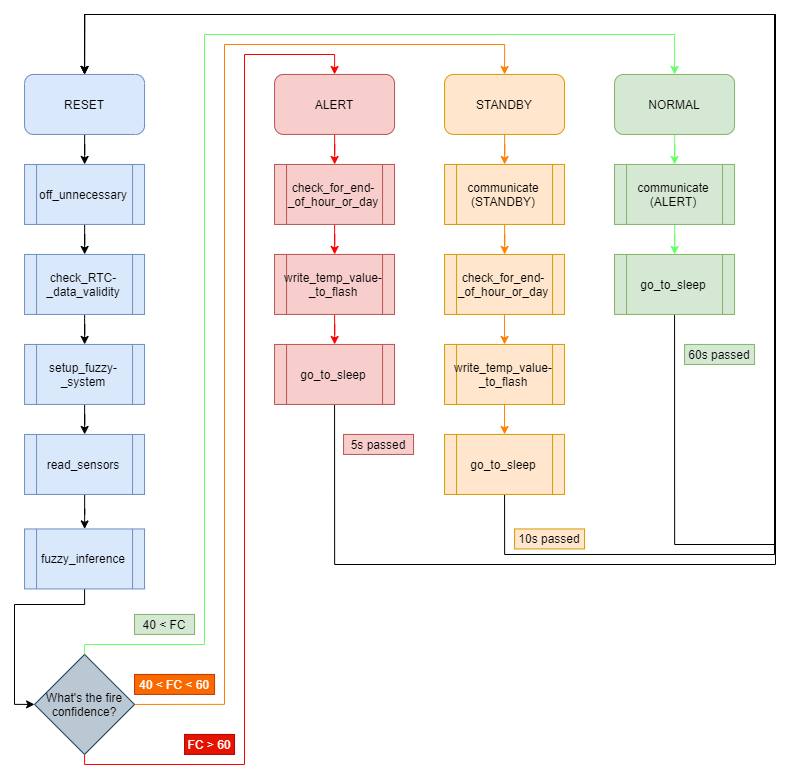
Before: Images/Fuzzy_Fire_Detection.png, a diagram exported from draw.io (Rad-hi/Fuzzy_Fire_Detection). Source tidied: cells renumbered, new cells last; positions are measured from the earlier drawing's top-left corner, leaving out a move shared by most shapes.
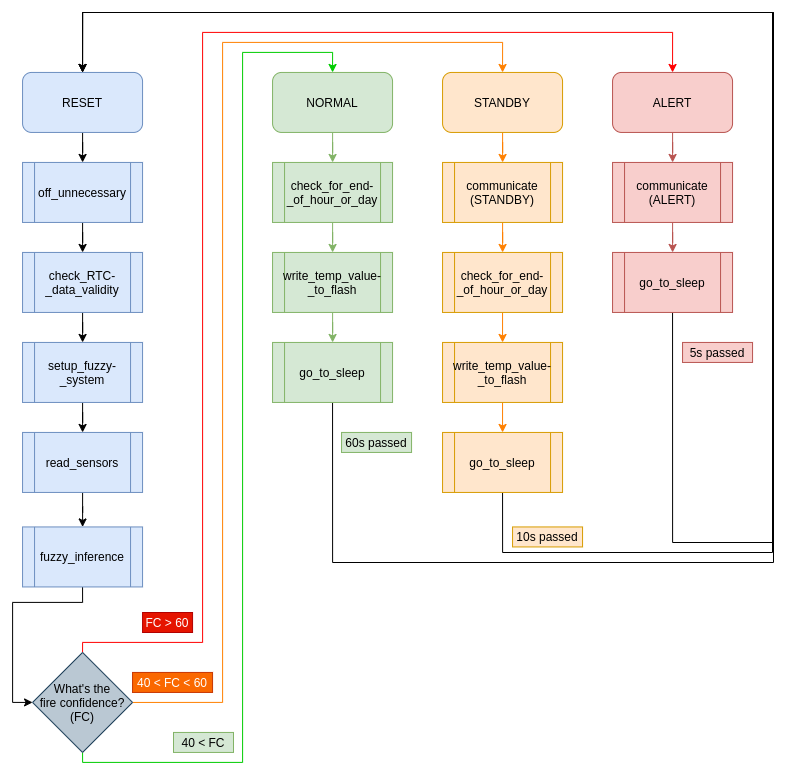
Later version of the same file.

Commit message:
Updated an error within the diagram

Change to the diagram source:
```diff
@@ -32,102 +32,102 @@
     <mxCell id="11" value="read_sensors" style="shape=process;whiteSpace=wrap;html=1;backgroundOutline=1;fillColor=#dae8fc;strokeColor=#6c8ebf;" parent="1" vertex="1">
       <mxGeometry x="10.1" y="419.9" width="120" height="60" as="geometry" />
     </mxCell>
-    <mxCell id="12" style="edgeStyle=orthogonalEdgeStyle;rounded=0;jettySize=auto;html=1;exitX=0.5;exitY=1;exitDx=0;exitDy=0;entryX=0;entryY=0.5;entryDx=0;entryDy=0;" parent="1" edge="1" source="13" target="17">
-      <mxGeometry relative="1" as="geometry">
-        <Array as="points">
-          <mxPoint x="70.1" y="589.9" />
-          <mxPoint x="0.1" y="589.9" />
-          <mxPoint x="0.1" y="689.9" />
-        </Array>
-      </mxGeometry>
-    </mxCell>
+    <mxCell id="48" style="edgeStyle=orthogonalEdgeStyle;rounded=0;jettySize=auto;html=1;exitX=0.5;exitY=1;exitDx=0;exitDy=0;entryX=0;entryY=0.5;entryDx=0;entryDy=0;" parent="1" edge="1" source="13" target="52">
+      <mxGeometry relative="1" as="geometry">
+        <Array as="points">
+          <mxPoint x="70.1" y="589.9" />
+          <mxPoint x="0.1" y="589.9" />
+          <mxPoint x="0.1" y="689.9" />
+        </Array>
+      </mxGeometry>
+    </mxCell>
     <mxCell id="13" value="fuzzy_inference" style="shape=process;whiteSpace=wrap;html=1;backgroundOutline=1;fillColor=#dae8fc;strokeColor=#6c8ebf;" parent="1" vertex="1">
       <mxGeometry x="10.1" y="514.4" width="120" height="60" as="geometry" />
     </mxCell>
-    <mxCell id="14" style="edgeStyle=orthogonalEdgeStyle;rounded=0;jettySize=auto;html=1;exitX=0.5;exitY=0;exitDx=0;exitDy=0;entryX=0.5;entryY=0;entryDx=0;entryDy=0;strokeColor=#66FF66;" parent="1" edge="1" source="17" target="23">
-      <mxGeometry relative="1" as="geometry">
-        <Array as="points">
-          <mxPoint x="70.1" y="629.9" />
-          <mxPoint x="190.1" y="629.9" />
-          <mxPoint x="190.1" y="19.9" />
-          <mxPoint x="660.1" y="19.9" />
-        </Array>
-      </mxGeometry>
-    </mxCell>
-    <mxCell id="15" style="edgeStyle=orthogonalEdgeStyle;rounded=0;jettySize=auto;html=1;exitX=1;exitY=0.5;exitDx=0;exitDy=0;entryX=0.5;entryY=0;entryDx=0;entryDy=0;strokeColor=#FF8000;" parent="1" edge="1" source="17" target="21">
-      <mxGeometry relative="1" as="geometry">
-        <Array as="points">
-          <mxPoint x="210.1" y="689.9" />
-          <mxPoint x="210.1" y="29.9" />
-          <mxPoint x="490.1" y="29.9" />
-        </Array>
-      </mxGeometry>
-    </mxCell>
-    <mxCell id="16" style="edgeStyle=orthogonalEdgeStyle;rounded=0;jettySize=auto;html=1;exitX=0.5;exitY=1;exitDx=0;exitDy=0;entryX=0.5;entryY=0;entryDx=0;entryDy=0;strokeColor=#FF0000;" parent="1" edge="1" source="17" target="19">
-      <mxGeometry relative="1" as="geometry">
-        <Array as="points">
-          <mxPoint x="70.1" y="749.9" />
-          <mxPoint x="230.1" y="749.9" />
-          <mxPoint x="230.1" y="39.9" />
-          <mxPoint x="320.1" y="39.9" />
-        </Array>
-      </mxGeometry>
-    </mxCell>
-    <mxCell id="17" value="What's the fire confidence?" style="rhombus;whiteSpace=wrap;html=1;fillColor=#bac8d3;strokeColor=#23445d;" parent="1" vertex="1">
-      <mxGeometry x="20.1" y="639.9" width="100" height="100" as="geometry" />
-    </mxCell>
-    <mxCell id="18" style="edgeStyle=orthogonalEdgeStyle;rounded=0;jettySize=auto;html=1;strokeColor=#FF0000;" parent="1" edge="1" source="19" target="28">
-      <mxGeometry relative="1" as="geometry" />
-    </mxCell>
-    <mxCell id="19" value="ALERT" style="rounded=1;whiteSpace=wrap;html=1;fillColor=#f8cecc;strokeColor=#b85450;" parent="1" vertex="1">
-      <mxGeometry x="260.1" y="59.9" width="120" height="60" as="geometry" />
-    </mxCell>
+    <mxCell id="49" style="edgeStyle=orthogonalEdgeStyle;rounded=0;jettySize=auto;html=1;exitX=0.5;exitY=0;exitDx=0;exitDy=0;entryX=0.5;entryY=0;entryDx=0;entryDy=0;strokeColor=#FF0000;" parent="1" edge="1" source="52" target="19">
+      <mxGeometry relative="1" as="geometry">
+        <Array as="points">
+          <mxPoint x="70.1" y="629.9" />
+          <mxPoint x="190.1" y="629.9" />
+          <mxPoint x="190.1" y="19.9" />
+          <mxPoint x="660.1" y="19.9" />
+        </Array>
+      </mxGeometry>
+    </mxCell>
+    <mxCell id="50" style="edgeStyle=orthogonalEdgeStyle;rounded=0;jettySize=auto;html=1;exitX=1;exitY=0.5;exitDx=0;exitDy=0;entryX=0.5;entryY=0;entryDx=0;entryDy=0;strokeColor=#FF8000;" parent="1" edge="1" source="52" target="21">
+      <mxGeometry relative="1" as="geometry">
+        <Array as="points">
+          <mxPoint x="210.1" y="689.9" />
+          <mxPoint x="210.1" y="29.9" />
+          <mxPoint x="490.1" y="29.9" />
+        </Array>
+      </mxGeometry>
+    </mxCell>
+    <mxCell id="51" style="edgeStyle=orthogonalEdgeStyle;rounded=0;jettySize=auto;html=1;exitX=0.5;exitY=1;exitDx=0;exitDy=0;entryX=0.5;entryY=0;entryDx=0;entryDy=0;strokeColor=#00CC00;" parent="1" edge="1" source="52" target="23">
+      <mxGeometry relative="1" as="geometry">
+        <Array as="points">
+          <mxPoint x="70.1" y="749.9" />
+          <mxPoint x="230.1" y="749.9" />
+          <mxPoint x="230.1" y="39.9" />
+          <mxPoint x="320.1" y="39.9" />
+        </Array>
+      </mxGeometry>
+    </mxCell>
+    <mxCell id="52" value="What's the&lt;br&gt;fire confidence?&lt;br&gt;(FC)" style="rhombus;whiteSpace=wrap;html=1;fillColor=#bac8d3;strokeColor=#23445d;" parent="1" vertex="1">
+      <mxGeometry x="20.1" y="639.9" width="100" height="100" as="geometry" />
+    </mxCell>
+    <mxCell id="53" style="edgeStyle=orthogonalEdgeStyle;rounded=0;jettySize=auto;html=1;strokeColor=#82b366;fillColor=#d5e8d4;" parent="1" edge="1" source="23" target="28">
+      <mxGeometry relative="1" as="geometry" />
+    </mxCell>
+    <mxCell id="23" value="NORMAL" style="rounded=1;whiteSpace=wrap;html=1;fillColor=#d5e8d4;strokeColor=#82b366;" parent="1" vertex="1">
+      <mxGeometry x="260.1" y="59.9" width="120" height="60" as="geometry" />
+    </mxCell>
     <mxCell id="20" style="edgeStyle=orthogonalEdgeStyle;rounded=0;jettySize=auto;html=1;strokeColor=#FF8000;" parent="1" edge="1" source="21" target="34">
       <mxGeometry relative="1" as="geometry" />
     </mxCell>
     <mxCell id="21" value="STANDBY" style="rounded=1;whiteSpace=wrap;html=1;fillColor=#ffe6cc;strokeColor=#d79b00;" parent="1" vertex="1">
       <mxGeometry x="430.1" y="59.9" width="120" height="60" as="geometry" />
     </mxCell>
-    <mxCell id="22" style="edgeStyle=orthogonalEdgeStyle;rounded=0;jettySize=auto;html=1;strokeColor=#66FF66;" parent="1" edge="1" source="23" target="42">
-      <mxGeometry relative="1" as="geometry" />
-    </mxCell>
-    <mxCell id="23" value="NORMAL" style="rounded=1;whiteSpace=wrap;html=1;fillColor=#d5e8d4;strokeColor=#82b366;" parent="1" vertex="1">
-      <mxGeometry x="600.1" y="59.9" width="120" height="60" as="geometry" />
-    </mxCell>
+    <mxCell id="54" style="edgeStyle=orthogonalEdgeStyle;rounded=0;jettySize=auto;html=1;strokeColor=#b85450;fillColor=#f8cecc;" parent="1" edge="1" source="19" target="42">
+      <mxGeometry relative="1" as="geometry" />
+    </mxCell>
+    <mxCell id="19" value="ALERT" style="rounded=1;whiteSpace=wrap;html=1;fillColor=#f8cecc;strokeColor=#b85450;" parent="1" vertex="1">
+      <mxGeometry x="600.1" y="59.9" width="120" height="60" as="geometry" />
+    </mxCell>
     <mxCell id="24" value="40 &amp;lt; FC" style="text;html=1;strokeColor=#82b366;fillColor=#d5e8d4;align=center;verticalAlign=middle;whiteSpace=wrap;rounded=0;" parent="1" vertex="1">
-      <mxGeometry x="120.1" y="599.9" width="60" height="20" as="geometry" />
+      <mxGeometry x="161" y="719.9" width="60" height="20" as="geometry" />
     </mxCell>
     <mxCell id="25" value="40 &amp;lt; FC &amp;lt; 60" style="text;html=1;strokeColor=#C73500;fillColor=#fa6800;align=center;verticalAlign=middle;whiteSpace=wrap;rounded=0;fontColor=#ffffff;" parent="1" vertex="1">
       <mxGeometry x="120.1" y="659.9" width="80" height="20" as="geometry" />
     </mxCell>
     <mxCell id="26" value="FC &amp;gt; 60" style="text;html=1;strokeColor=#B20000;fillColor=#e51400;align=center;verticalAlign=middle;whiteSpace=wrap;rounded=0;fontColor=#ffffff;" parent="1" vertex="1">
-      <mxGeometry x="170.1" y="719.9" width="50" height="20" as="geometry" />
+      <mxGeometry x="130.1" y="600" width="50" height="20" as="geometry" />
     </mxCell>
-    <mxCell id="27" style="edgeStyle=orthogonalEdgeStyle;rounded=0;jettySize=auto;html=1;strokeColor=#FF0000;" parent="1" edge="1" source="28" target="30">
+    <mxCell id="27" style="edgeStyle=orthogonalEdgeStyle;rounded=0;jettySize=auto;html=1;strokeColor=#82b366;fillColor=#d5e8d4;" parent="1" edge="1" source="28" target="30">
       <mxGeometry relative="1" as="geometry" />
     </mxCell>
-    <mxCell id="28" value="check_for_end-_of_hour_or_day" style="shape=process;whiteSpace=wrap;html=1;backgroundOutline=1;fillColor=#f8cecc;strokeColor=#b85450;" parent="1" vertex="1">
+    <mxCell id="28" value="check_for_end-_of_hour_or_day" style="shape=process;whiteSpace=wrap;html=1;backgroundOutline=1;fillColor=#d5e8d4;strokeColor=#82b366;" parent="1" vertex="1">
       <mxGeometry x="260.1" y="149.9" width="120" height="60" as="geometry" />
     </mxCell>
-    <mxCell id="29" style="edgeStyle=orthogonalEdgeStyle;rounded=0;jettySize=auto;html=1;strokeColor=#FF0000;" parent="1" edge="1" source="30" target="32">
-      <mxGeometry relative="1" as="geometry" />
-    </mxCell>
+    <mxCell id="55" style="edgeStyle=orthogonalEdgeStyle;rounded=0;jettySize=auto;html=1;strokeColor=#82b366;fillColor=#d5e8d4;" parent="1" edge="1" source="30" target="44">
+      <mxGeometry relative="1" as="geometry" />
+    </mxCell>
-    <mxCell id="30" value="write_temp_value-_to_flash" style="shape=process;whiteSpace=wrap;html=1;backgroundOutline=1;fillColor=#f8cecc;strokeColor=#b85450;" parent="1" vertex="1">
+    <mxCell id="30" value="write_temp_value-_to_flash" style="shape=process;whiteSpace=wrap;html=1;backgroundOutline=1;fillColor=#d5e8d4;strokeColor=#82b366;" parent="1" vertex="1">
       <mxGeometry x="260.1" y="239.9" width="120" height="60" as="geometry" />
     </mxCell>
-    <mxCell id="31" style="edgeStyle=orthogonalEdgeStyle;rounded=0;jettySize=auto;html=1;exitX=0.5;exitY=1;exitDx=0;exitDy=0;entryX=0.5;entryY=0;entryDx=0;entryDy=0;" parent="1" edge="1" source="32" target="3">
-      <mxGeometry relative="1" as="geometry">
-        <Array as="points">
-          <mxPoint x="320" y="550" />
-          <mxPoint x="761" y="550" />
-          <mxPoint x="761" />
-          <mxPoint x="70" />
-        </Array>
-      </mxGeometry>
-    </mxCell>
-    <mxCell id="32" value="go_to_sleep" style="shape=process;whiteSpace=wrap;html=1;backgroundOutline=1;fillColor=#f8cecc;strokeColor=#b85450;" parent="1" vertex="1">
-      <mxGeometry x="260.1" y="329.9" width="120" height="60" as="geometry" />
-    </mxCell>
+    <mxCell id="43" style="edgeStyle=orthogonalEdgeStyle;rounded=0;jettySize=auto;html=1;exitX=0.5;exitY=1;exitDx=0;exitDy=0;entryX=0.5;entryY=0;entryDx=0;entryDy=0;" parent="1" edge="1" source="44" target="3">
+      <mxGeometry relative="1" as="geometry">
+        <Array as="points">
+          <mxPoint x="320" y="550" />
+          <mxPoint x="761" y="550" />
+          <mxPoint x="761" />
+          <mxPoint x="70" />
+        </Array>
+      </mxGeometry>
+    </mxCell>
+    <mxCell id="44" value="go_to_sleep" style="shape=process;whiteSpace=wrap;html=1;backgroundOutline=1;fillColor=#d5e8d4;strokeColor=#82b366;" parent="1" vertex="1">
+      <mxGeometry x="260.1" y="329.9" width="120" height="60" as="geometry" />
+    </mxCell>
     <mxCell id="33" style="edgeStyle=orthogonalEdgeStyle;rounded=0;jettySize=auto;html=1;strokeColor=#FF8000;" parent="1" edge="1" source="34" target="36">
       <mxGeometry relative="1" as="geometry" />
     </mxCell>
@@ -159,33 +159,33 @@
     <mxCell id="40" value="go_to_sleep" style="shape=process;whiteSpace=wrap;html=1;backgroundOutline=1;fillColor=#ffe6cc;strokeColor=#d79b00;" parent="1" vertex="1">
       <mxGeometry x="430.1" y="419.9" width="120" height="60" as="geometry" />
     </mxCell>
-    <mxCell id="41" style="edgeStyle=orthogonalEdgeStyle;rounded=0;jettySize=auto;html=1;strokeColor=#66FF66;" parent="1" edge="1" source="42" target="44">
-      <mxGeometry relative="1" as="geometry" />
-    </mxCell>
+    <mxCell id="56" style="edgeStyle=orthogonalEdgeStyle;rounded=0;jettySize=auto;html=1;strokeColor=#b85450;fillColor=#f8cecc;" parent="1" edge="1" source="42" target="32">
+      <mxGeometry relative="1" as="geometry" />
+    </mxCell>
-    <mxCell id="42" value="communicate&lt;br&gt;(ALERT)" style="shape=process;whiteSpace=wrap;html=1;backgroundOutline=1;fillColor=#d5e8d4;strokeColor=#82b366;" parent="1" vertex="1">
+    <mxCell id="42" value="communicate&lt;br&gt;(ALERT)" style="shape=process;whiteSpace=wrap;html=1;backgroundOutline=1;fillColor=#f8cecc;strokeColor=#b85450;" parent="1" vertex="1">
       <mxGeometry x="600.1" y="149.9" width="120" height="60" as="geometry" />
     </mxCell>
-    <mxCell id="43" style="edgeStyle=orthogonalEdgeStyle;rounded=0;jettySize=auto;html=1;exitX=0.5;exitY=1;exitDx=0;exitDy=0;entryX=0.5;entryY=0;entryDx=0;entryDy=0;" parent="1" edge="1" source="44" target="3">
-      <mxGeometry relative="1" as="geometry">
-        <Array as="points">
-          <mxPoint x="660" y="530" />
-          <mxPoint x="761" y="530" />
-          <mxPoint x="761" />
-          <mxPoint x="70" />
-        </Array>
-      </mxGeometry>
-    </mxCell>
-    <mxCell id="44" value="go_to_sleep" style="shape=process;whiteSpace=wrap;html=1;backgroundOutline=1;fillColor=#d5e8d4;strokeColor=#82b366;" parent="1" vertex="1">
-      <mxGeometry x="600.1" y="239.9" width="120" height="60" as="geometry" />
-    </mxCell>
+    <mxCell id="31" style="edgeStyle=orthogonalEdgeStyle;rounded=0;jettySize=auto;html=1;exitX=0.5;exitY=1;exitDx=0;exitDy=0;entryX=0.5;entryY=0;entryDx=0;entryDy=0;" parent="1" edge="1" source="32" target="3">
+      <mxGeometry relative="1" as="geometry">
+        <Array as="points">
+          <mxPoint x="660" y="530" />
+          <mxPoint x="761" y="530" />
+          <mxPoint x="761" />
+          <mxPoint x="70" />
+        </Array>
+      </mxGeometry>
+    </mxCell>
+    <mxCell id="32" value="go_to_sleep" style="shape=process;whiteSpace=wrap;html=1;backgroundOutline=1;fillColor=#f8cecc;strokeColor=#b85450;" parent="1" vertex="1">
+      <mxGeometry x="600.1" y="239.9" width="120" height="60" as="geometry" />
+    </mxCell>
+    <mxCell id="47" value="60s passed" style="text;html=1;strokeColor=#82b366;fillColor=#d5e8d4;align=center;verticalAlign=middle;whiteSpace=wrap;rounded=0;" parent="1" vertex="1">
+      <mxGeometry x="329.1" y="419.9" width="70" height="20" as="geometry" />
+    </mxCell>
+    <mxCell id="46" value="10s passed" style="text;html=1;strokeColor=#d79b00;fillColor=#ffe6cc;align=center;verticalAlign=middle;whiteSpace=wrap;rounded=0;" parent="1" vertex="1">
+      <mxGeometry x="500.1" y="514.4" width="70" height="20" as="geometry" />
+    </mxCell>
     <mxCell id="45" value="5s passed" style="text;html=1;strokeColor=#b85450;fillColor=#f8cecc;align=center;verticalAlign=middle;whiteSpace=wrap;rounded=0;" parent="1" vertex="1">
-      <mxGeometry x="329.1" y="419.9" width="70" height="20" as="geometry" />
+      <mxGeometry x="670.1" y="329.9" width="70" height="20" as="geometry" />
     </mxCell>
-    <mxCell id="46" value="10s passed" style="text;html=1;strokeColor=#d79b00;fillColor=#ffe6cc;align=center;verticalAlign=middle;whiteSpace=wrap;rounded=0;" parent="1" vertex="1">
-      <mxGeometry x="500.1" y="514.4" width="70" height="20" as="geometry" />
-    </mxCell>
-    <mxCell id="47" value="60s passed" style="text;html=1;strokeColor=#82b366;fillColor=#d5e8d4;align=center;verticalAlign=middle;whiteSpace=wrap;rounded=0;" parent="1" vertex="1">
-      <mxGeometry x="670.1" y="329.9" width="70" height="20" as="geometry" />
-    </mxCell>
   </root>
 </mxGraphModel>
```
